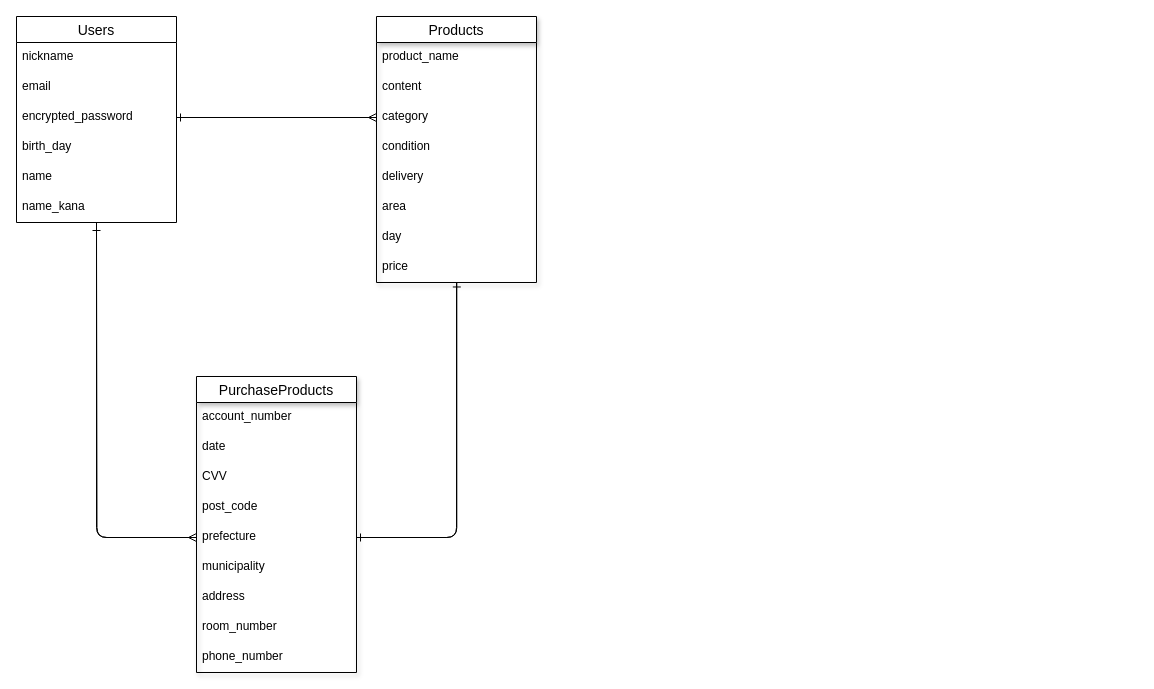
tamagokakepiza/furima-36859 keeps this draw.io diagram as ER.dio. Above is the earlier version. Source tidied: cells renumbered, new cells numbered last; positions are measured from the earlier drawing's top-left corner, leaving out a move shared by most shapes. Both pictures are drawn from the tidied source at 100%, with x=0, y=0 at pixel (16, 16).
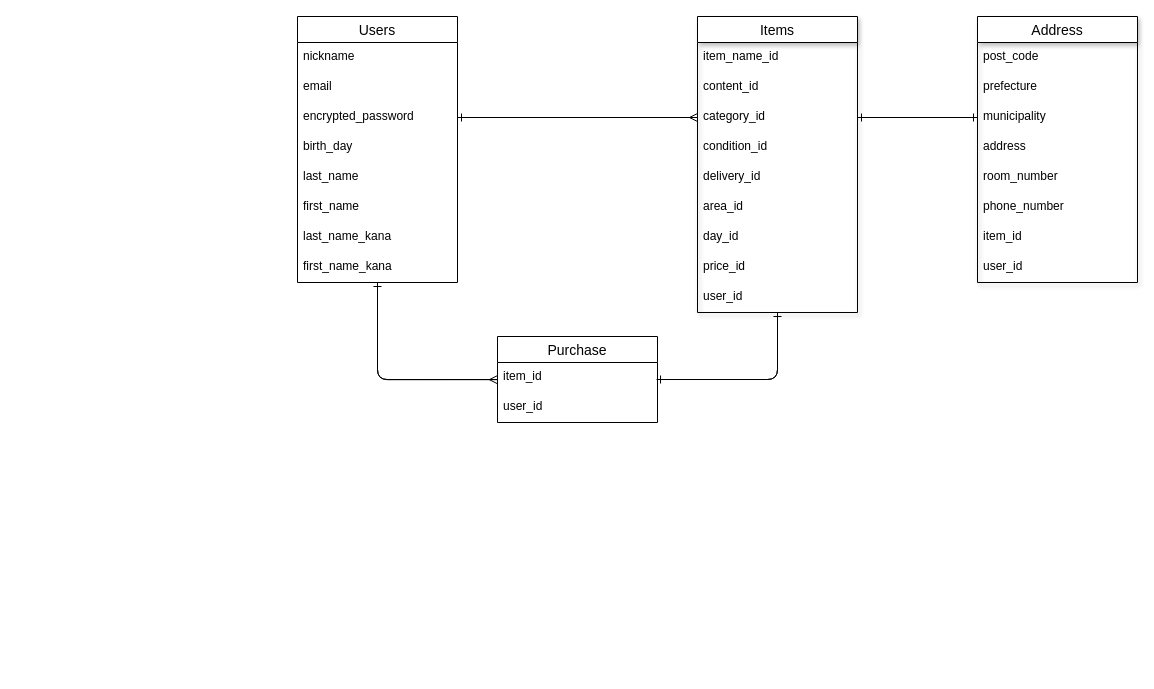
The same diagram, later.

Commit message (it also covers changes not shown here):
データベース設計のレビューからの修正

What changed in the source:
```diff
@@
-    <mxCell id="2" style="edgeStyle=orthogonalEdgeStyle;html=1;entryX=0;entryY=0.5;entryDx=0;entryDy=0;endArrow=ERmany;endFill=0;" parent="1" edge="1" source="3" target="15">
-      <mxGeometry relative="1" as="geometry" />
-    </mxCell>
+    <mxCell id="34" style="edgeStyle=orthogonalEdgeStyle;html=1;endArrow=ERmany;endFill=0;entryX=-0.001;entryY=0.572;entryDx=0;entryDy=0;entryPerimeter=0;" parent="1" edge="1" source="3" target="44">
+      <mxGeometry relative="1" as="geometry" />
+    </mxCell>
     <mxCell id="3" value="Users" style="swimlane;fontStyle=0;horizontal=1;startSize=26;align=center;fontSize=14;rounded=0;swimlaneLine=1;" parent="1" vertex="1">
-      <mxGeometry width="160" height="206" as="geometry" />
+      <mxGeometry x="281" width="160" height="266" as="geometry" />
     </mxCell>
@@
+    <mxCell id="35" value="last_name" style="text;strokeColor=none;fillColor=none;spacingLeft=4;spacingRight=4;overflow=hidden;fontSize=12;rounded=0;shadow=1;" parent="3" vertex="1">
+      <mxGeometry y="146" width="160" height="30" as="geometry" />
+    </mxCell>
-    <mxCell id="8" value="name" style="text;strokeColor=none;fillColor=none;spacingLeft=4;spacingRight=4;overflow=hidden;fontSize=12;rounded=0;shadow=1;" parent="3" vertex="1">
-      <mxGeometry y="146" width="160" height="30" as="geometry" />
+    <mxCell id="8" value="first_name" style="text;strokeColor=none;fillColor=none;spacingLeft=4;spacingRight=4;overflow=hidden;fontSize=12;rounded=0;shadow=1;" parent="3" vertex="1">
+      <mxGeometry y="176" width="160" height="30" as="geometry" />
     </mxCell>
-    <mxCell id="9" value="name_kana" style="text;strokeColor=none;fillColor=none;spacingLeft=4;spacingRight=4;overflow=hidden;fontSize=12;rounded=0;shadow=1;" parent="3" vertex="1">
-      <mxGeometry y="176" width="160" height="30" as="geometry" />
+    <mxCell id="9" value="last_name_kana" style="text;strokeColor=none;fillColor=none;spacingLeft=4;spacingRight=4;overflow=hidden;fontSize=12;rounded=0;shadow=1;fontStyle=0;" parent="3" vertex="1">
+      <mxGeometry y="206" width="160" height="30" as="geometry" />
     </mxCell>
+    <mxCell id="36" value="first_name_kana" style="text;strokeColor=none;fillColor=none;spacingLeft=4;spacingRight=4;overflow=hidden;fontSize=12;rounded=0;shadow=1;" parent="3" vertex="1">
+      <mxGeometry y="236" width="160" height="30" as="geometry" />
+    </mxCell>
-    <mxCell id="10" value="PurchaseProducts" style="swimlane;fontStyle=0;horizontal=1;startSize=26;align=center;fontSize=14;rounded=0;shadow=1;" parent="1" vertex="1">
-      <mxGeometry x="180" y="360" width="160" height="296" as="geometry" />
+    <mxCell id="10" value="Address" style="swimlane;fontStyle=0;horizontal=1;startSize=26;align=center;fontSize=14;rounded=0;shadow=1;" parent="1" vertex="1">
+      <mxGeometry x="961" width="160" height="266" as="geometry" />
     </mxCell>
-    <mxCell id="11" value="account_number" style="text;strokeColor=none;fillColor=none;spacingLeft=4;spacingRight=4;overflow=hidden;fontSize=12;" parent="10" vertex="1">
-      <mxGeometry y="26" width="160" height="30" as="geometry" />
-    </mxCell>
-    <mxCell id="12" value="date" style="text;strokeColor=none;fillColor=none;spacingLeft=4;spacingRight=4;overflow=hidden;fontSize=12;" parent="10" vertex="1">
-      <mxGeometry y="56" width="160" height="30" as="geometry" />
-    </mxCell>
-    <mxCell id="13" value="CVV" style="text;strokeColor=none;fillColor=none;spacingLeft=4;spacingRight=4;overflow=hidden;fontSize=12;" parent="10" vertex="1">
-      <mxGeometry y="86" width="160" height="30" as="geometry" />
-    </mxCell>
     <mxCell id="14" value="post_code" style="text;strokeColor=none;fillColor=none;spacingLeft=4;spacingRight=4;overflow=hidden;fontSize=12;rounded=0;shadow=1;" parent="10" vertex="1">
-      <mxGeometry y="116" width="160" height="30" as="geometry" />
+      <mxGeometry y="26" width="160" height="30" as="geometry" />
     </mxCell>
     <mxCell id="15" value="prefecture" style="text;strokeColor=none;fillColor=none;spacingLeft=4;spacingRight=4;overflow=hidden;points=[[0,0.5],[1,0.5]];portConstraint=eastwest;fontSize=12;rounded=0;shadow=1;" parent="10" vertex="1">
-      <mxGeometry y="146" width="160" height="30" as="geometry" />
+      <mxGeometry y="56" width="160" height="30" as="geometry" />
     </mxCell>
     <mxCell id="16" value="municipality" style="text;strokeColor=none;fillColor=none;spacingLeft=4;spacingRight=4;overflow=hidden;points=[[0,0.5],[1,0.5]];portConstraint=eastwest;fontSize=12;rounded=0;shadow=1;" parent="10" vertex="1">
-      <mxGeometry y="176" width="160" height="30" as="geometry" />
+      <mxGeometry y="86" width="160" height="30" as="geometry" />
     </mxCell>
     <mxCell id="17" value="address" style="text;strokeColor=none;fillColor=none;spacingLeft=4;spacingRight=4;overflow=hidden;fontSize=12;rounded=0;shadow=1;" parent="10" vertex="1">
-      <mxGeometry y="206" width="160" height="30" as="geometry" />
+      <mxGeometry y="116" width="160" height="30" as="geometry" />
     </mxCell>
     <mxCell id="18" value="room_number" style="text;strokeColor=none;fillColor=none;spacingLeft=4;spacingRight=4;overflow=hidden;fontSize=12;rounded=0;shadow=1;" parent="10" vertex="1">
-      <mxGeometry y="236" width="160" height="30" as="geometry" />
+      <mxGeometry y="146" width="160" height="30" as="geometry" />
     </mxCell>
     <mxCell id="19" value="phone_number" style="text;strokeColor=none;fillColor=none;spacingLeft=4;spacingRight=4;overflow=hidden;fontSize=12;rounded=0;shadow=1;" parent="10" vertex="1">
-      <mxGeometry y="266" width="160" height="30" as="geometry" />
+      <mxGeometry y="176" width="160" height="30" as="geometry" />
     </mxCell>
-    <mxCell id="20" style="edgeStyle=orthogonalEdgeStyle;html=1;entryX=1;entryY=0.5;entryDx=0;entryDy=0;endArrow=ERone;endFill=0;" parent="1" edge="1" source="21" target="15">
-      <mxGeometry relative="1" as="geometry" />
-    </mxCell>
+    <mxCell id="37" value="item_id" style="text;strokeColor=none;fillColor=none;spacingLeft=4;spacingRight=4;overflow=hidden;fontSize=12;" parent="10" vertex="1">
+      <mxGeometry y="206" width="160" height="30" as="geometry" />
+    </mxCell>
+    <mxCell id="38" value="user_id" style="text;strokeColor=none;fillColor=none;spacingLeft=4;spacingRight=4;overflow=hidden;fontSize=12;" parent="10" vertex="1">
+      <mxGeometry y="236" width="160" height="30" as="geometry" />
+    </mxCell>
+    <mxCell id="39" style="edgeStyle=orthogonalEdgeStyle;html=1;endArrow=ERone;endFill=0;entryX=0.994;entryY=0.567;entryDx=0;entryDy=0;entryPerimeter=0;" parent="1" edge="1" source="21" target="44">
+      <mxGeometry relative="1" as="geometry" />
+    </mxCell>
-    <mxCell id="21" value="Products" style="swimlane;fontStyle=0;horizontal=1;startSize=26;align=center;fontSize=14;rounded=0;shadow=1;" parent="1" vertex="1">
-      <mxGeometry x="360" width="160" height="266" as="geometry" />
+    <mxCell id="21" value="Items" style="swimlane;fontStyle=0;horizontal=1;startSize=26;align=center;fontSize=14;rounded=0;shadow=1;" parent="1" vertex="1">
+      <mxGeometry x="681" width="160" height="296" as="geometry" />
     </mxCell>
-    <mxCell id="22" value="product_name" style="text;strokeColor=none;fillColor=none;spacingLeft=4;spacingRight=4;overflow=hidden;fontSize=12;" parent="21" vertex="1">
+    <mxCell id="22" value="item_name_id" style="text;strokeColor=none;fillColor=none;spacingLeft=4;spacingRight=4;overflow=hidden;fontSize=12;" parent="21" vertex="1">
       <mxGeometry y="26" width="160" height="30" as="geometry" />
     </mxCell>
-    <mxCell id="23" value="content" style="text;strokeColor=none;fillColor=none;spacingLeft=4;spacingRight=4;overflow=hidden;fontSize=12;" parent="21" vertex="1">
+    <mxCell id="23" value="content_id" style="text;strokeColor=none;fillColor=none;spacingLeft=4;spacingRight=4;overflow=hidden;fontSize=12;" parent="21" vertex="1">
       <mxGeometry y="56" width="160" height="30" as="geometry" />
     </mxCell>
-    <mxCell id="24" value="category" style="text;strokeColor=none;fillColor=none;spacingLeft=4;spacingRight=4;overflow=hidden;points=[[0,0.5],[1,0.5]];portConstraint=eastwest;fontSize=12;rounded=0;shadow=1;" parent="21" vertex="1">
+    <mxCell id="24" value="category_id" style="text;strokeColor=none;fillColor=none;spacingLeft=4;spacingRight=4;overflow=hidden;points=[[0,0.5],[1,0.5]];portConstraint=eastwest;fontSize=12;rounded=0;shadow=1;" parent="21" vertex="1">
       <mxGeometry y="86" width="160" height="30" as="geometry" />
     </mxCell>
-    <mxCell id="25" value="condition" style="text;strokeColor=none;fillColor=none;spacingLeft=4;spacingRight=4;overflow=hidden;fontSize=12;rounded=0;shadow=1;" parent="21" vertex="1">
+    <mxCell id="25" value="condition_id" style="text;strokeColor=none;fillColor=none;spacingLeft=4;spacingRight=4;overflow=hidden;fontSize=12;rounded=0;shadow=1;" parent="21" vertex="1">
       <mxGeometry y="116" width="160" height="30" as="geometry" />
     </mxCell>
-    <mxCell id="26" value="delivery" style="text;strokeColor=none;fillColor=none;spacingLeft=4;spacingRight=4;overflow=hidden;fontSize=12;rounded=0;shadow=1;" parent="21" vertex="1">
+    <mxCell id="26" value="delivery_id" style="text;strokeColor=none;fillColor=none;spacingLeft=4;spacingRight=4;overflow=hidden;fontSize=12;rounded=0;shadow=1;" parent="21" vertex="1">
       <mxGeometry y="146" width="160" height="30" as="geometry" />
     </mxCell>
-    <mxCell id="27" value="area" style="text;strokeColor=none;fillColor=none;spacingLeft=4;spacingRight=4;overflow=hidden;fontSize=12;rounded=0;shadow=1;" parent="21" vertex="1">
+    <mxCell id="27" value="area_id" style="text;strokeColor=none;fillColor=none;spacingLeft=4;spacingRight=4;overflow=hidden;fontSize=12;rounded=0;shadow=1;" parent="21" vertex="1">
       <mxGeometry y="176" width="160" height="30" as="geometry" />
     </mxCell>
-    <mxCell id="28" value="day" style="text;strokeColor=none;fillColor=none;spacingLeft=4;spacingRight=4;overflow=hidden;fontSize=12;rounded=0;shadow=1;" parent="21" vertex="1">
+    <mxCell id="28" value="day_id" style="text;strokeColor=none;fillColor=none;spacingLeft=4;spacingRight=4;overflow=hidden;fontSize=12;rounded=0;shadow=1;" parent="21" vertex="1">
       <mxGeometry y="206" width="160" height="30" as="geometry" />
     </mxCell>
-    <mxCell id="29" value="price" style="text;strokeColor=none;fillColor=none;spacingLeft=4;spacingRight=4;overflow=hidden;points=[[0,0.5],[1,0.5]];portConstraint=eastwest;fontSize=12;rounded=0;shadow=1;" parent="21" vertex="1">
+    <mxCell id="29" value="price_id" style="text;strokeColor=none;fillColor=none;spacingLeft=4;spacingRight=4;overflow=hidden;points=[[0,0.5],[1,0.5]];portConstraint=eastwest;fontSize=12;rounded=0;shadow=1;" parent="21" vertex="1">
       <mxGeometry y="236" width="160" height="30" as="geometry" />
     </mxCell>
-    <mxCell id="30" style="edgeStyle=orthogonalEdgeStyle;html=1;entryX=0.502;entryY=1.016;entryDx=0;entryDy=0;entryPerimeter=0;endArrow=ERone;endFill=0;" parent="1" edge="1" source="15" target="29">
-      <mxGeometry relative="1" as="geometry" />
-    </mxCell>
+    <mxCell id="40" value="user_id" style="text;strokeColor=none;fillColor=none;spacingLeft=4;spacingRight=4;overflow=hidden;fontSize=12;" parent="21" vertex="1">
+      <mxGeometry y="266" width="160" height="30" as="geometry" />
+    </mxCell>
@@
-    <mxCell id="32" style="edgeStyle=orthogonalEdgeStyle;html=1;endArrow=ERone;endFill=0;" parent="1" edge="1" source="15">
-      <mxGeometry relative="1" as="geometry">
-        <mxPoint x="80" y="210" as="targetPoint" />
-      </mxGeometry>
-    </mxCell>
@@
+    <mxCell id="41" style="edgeStyle=orthogonalEdgeStyle;html=1;endArrow=ERone;endFill=0;" parent="1" edge="1" source="43" target="3">
+      <mxGeometry relative="1" as="geometry" />
+    </mxCell>
+    <mxCell id="42" style="edgeStyle=orthogonalEdgeStyle;html=1;endArrow=ERone;endFill=0;" parent="1" edge="1" source="43" target="21">
+      <mxGeometry relative="1" as="geometry" />
+    </mxCell>
+    <mxCell id="43" value="Purchase" style="swimlane;fontStyle=0;horizontal=1;startSize=26;align=center;fontSize=14;" parent="1" vertex="1">
+      <mxGeometry x="481" y="320" width="160" height="86" as="geometry" />
+    </mxCell>
+    <mxCell id="44" value="item_id" style="text;strokeColor=none;fillColor=none;spacingLeft=4;spacingRight=4;overflow=hidden;points=[[0,0.5],[1,0.5]];portConstraint=eastwest;fontSize=12;" parent="43" vertex="1">
+      <mxGeometry y="26" width="160" height="30" as="geometry" />
+    </mxCell>
+    <mxCell id="45" value="user_id" style="text;strokeColor=none;fillColor=none;spacingLeft=4;spacingRight=4;overflow=hidden;fontSize=12;" parent="43" vertex="1">
+      <mxGeometry y="56" width="160" height="30" as="geometry" />
+    </mxCell>
+    <mxCell id="46" style="edgeStyle=orthogonalEdgeStyle;html=1;endArrow=ERone;endFill=0;" parent="1" edge="1" source="24" target="16">
+      <mxGeometry relative="1" as="geometry" />
+    </mxCell>
+    <mxCell id="47" style="edgeStyle=orthogonalEdgeStyle;html=1;endArrow=ERone;endFill=0;" parent="1" edge="1" source="16" target="24">
+      <mxGeometry relative="1" as="geometry" />
+    </mxCell>
```
